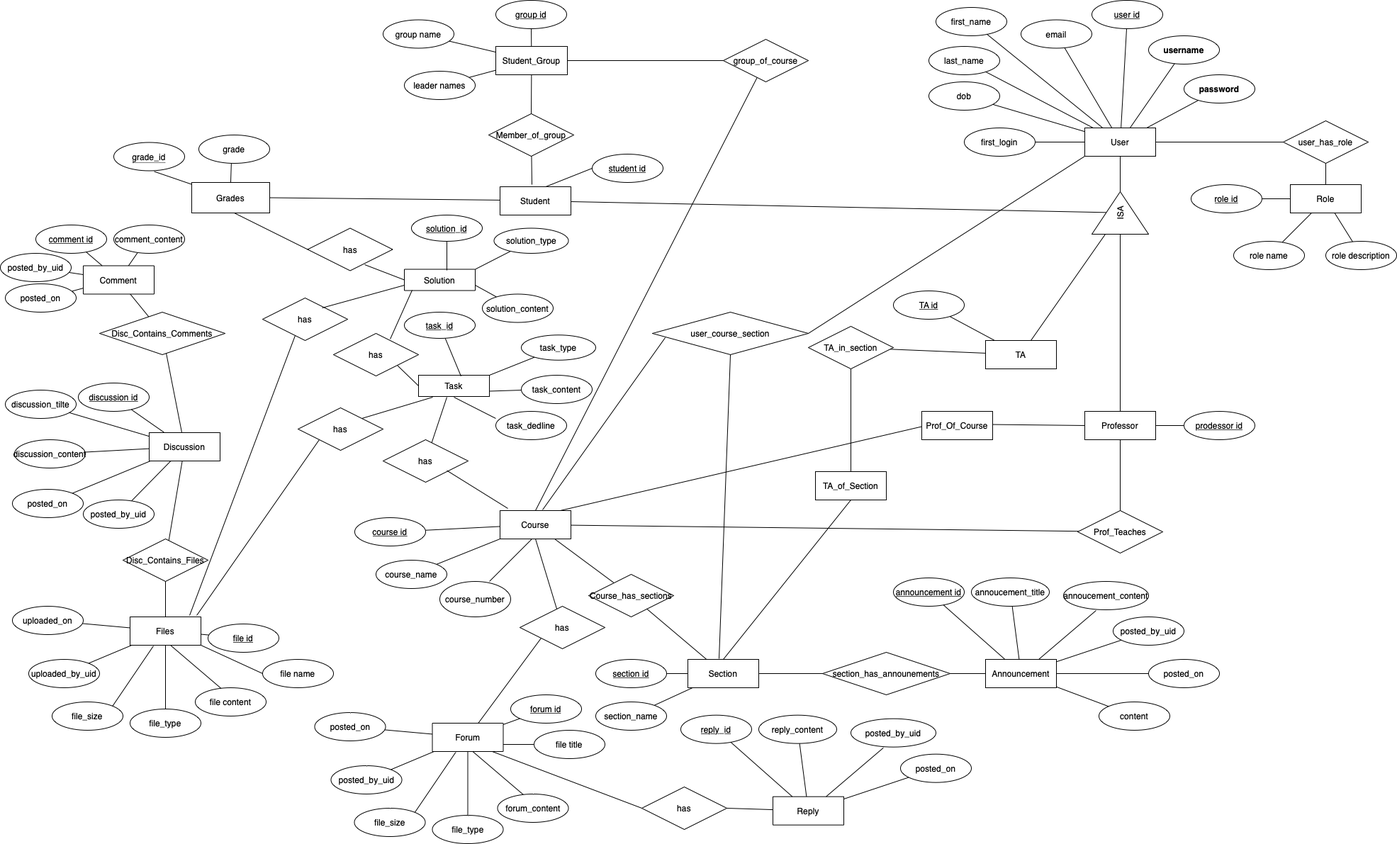
Before: ERD RS/old files/ProjectERD_final.drawio.png, a diagram exported from draw.io (mikepoullas/COMP5531_GROUP_4_Winter_2022). Source tidied: cells renumbered, new cells last; positions are measured from the earlier drawing's top-left corner, leaving out a move shared by most shapes.
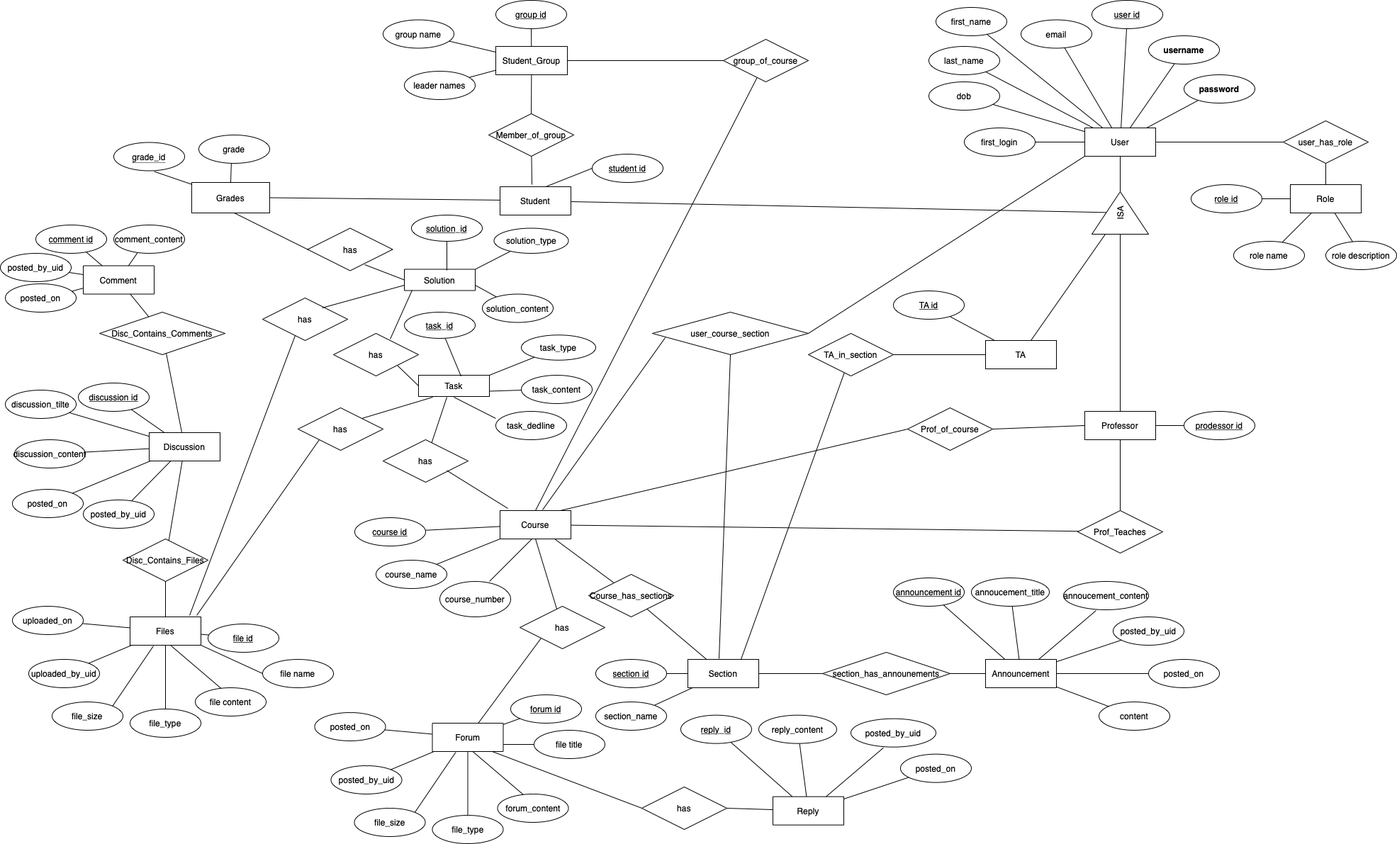
After the commit.

Change to the diagram source:
```diff
@@ -44,7 +44,7 @@
     <mxCell id="15" style="endArrow=none;html=1;rounded=0;" parent="1" edge="1" source="13" target="91">
       <mxGeometry relative="1" as="geometry" />
     </mxCell>
-    <mxCell id="16" style="endArrow=none;html=1;rounded=0;exitX=0.5;exitY=0;exitDx=0;exitDy=0;" parent="1" edge="1" source="125" target="93">
+    <mxCell id="16" style="endArrow=none;html=1;rounded=0;exitX=0.75;exitY=0;exitDx=0;exitDy=0;" parent="1" edge="1" source="120" target="93">
       <mxGeometry relative="1" as="geometry" />
     </mxCell>
     <mxCell id="17" style="endArrow=none;html=1;rounded=0;" parent="1" edge="1" source="13" target="37">
@@ -278,7 +278,7 @@
       <mxGeometry relative="1" as="geometry" />
     </mxCell>
     <mxCell id="93" value="TA_in_section" style="shape=rhombus;perimeter=rhombusPerimeter;whiteSpace=wrap;html=1;align=center;" parent="1" vertex="1">
-      <mxGeometry x="1140" y="460" width="120" height="60" as="geometry" />
+      <mxGeometry x="1140" y="470" width="120" height="60" as="geometry" />
     </mxCell>
     <mxCell id="94" style="endArrow=none;html=1;rounded=0;" parent="1" edge="1" source="115" target="91">
       <mxGeometry relative="1" as="geometry" />
@@ -377,24 +377,12 @@
     <mxCell id="124" style="endArrow=none;html=1;rounded=0;exitX=0.383;exitY=1.025;exitDx=0;exitDy=0;exitPerimeter=0;entryX=0.75;entryY=0;entryDx=0;entryDy=0;" parent="1" edge="1" source="123" target="3">
       <mxGeometry relative="1" as="geometry" />
     </mxCell>
-    <mxCell id="125" value="TA_of_Section" style="whiteSpace=wrap;html=1;align=center;" parent="1" vertex="1">
-      <mxGeometry x="1150" y="665" width="100" height="40" as="geometry" />
-    </mxCell>
-    <mxCell id="126" value="Prof_Of_Course" style="whiteSpace=wrap;html=1;align=center;" parent="1" vertex="1">
-      <mxGeometry x="1300" y="580" width="100" height="40" as="geometry" />
-    </mxCell>
-    <mxCell id="127" style="endArrow=none;html=1;rounded=0;exitX=0.5;exitY=0;exitDx=0;exitDy=0;entryX=0.5;entryY=1;entryDx=0;entryDy=0;" parent="1" edge="1" source="120" target="125">
-      <mxGeometry relative="1" as="geometry" />
-    </mxCell>
-    <mxCell id="128" style="endArrow=none;html=1;rounded=0;entryX=0;entryY=0.5;entryDx=0;entryDy=0;" parent="1" edge="1" target="13">
-      <mxGeometry relative="1" as="geometry">
-        <mxPoint x="1400" y="598.5" as="sourcePoint" />
-      </mxGeometry>
+    <mxCell id="128" style="endArrow=none;html=1;rounded=0;entryX=0;entryY=0.5;entryDx=0;entryDy=0;exitX=1;exitY=0.5;exitDx=0;exitDy=0;" parent="1" edge="1" source="210" target="13">
+      <mxGeometry relative="1" as="geometry" />
     </mxCell>
-    <mxCell id="129" style="endArrow=none;html=1;rounded=0;" parent="1" edge="1">
+    <mxCell id="129" style="endArrow=none;html=1;rounded=0;entryX=0;entryY=0.5;entryDx=0;entryDy=0;" parent="1" edge="1" target="210">
       <mxGeometry relative="1" as="geometry">
         <mxPoint x="790" y="720" as="sourcePoint" />
-        <mxPoint x="1300" y="601.5" as="targetPoint" />
       </mxGeometry>
     </mxCell>
     <mxCell id="130" style="endArrow=none;html=1;rounded=0;entryX=0.5;entryY=1;entryDx=0;entryDy=0;exitX=0.44;exitY=-0.025;exitDx=0;exitDy=0;exitPerimeter=0;" parent="1" edge="1" source="120" target="131">
@@ -665,5 +653,8 @@
     <mxCell id="209" value="group_of_course" style="shape=rhombus;perimeter=rhombusPerimeter;whiteSpace=wrap;html=1;align=center;" parent="1" vertex="1">
       <mxGeometry x="1020" y="55" width="120" height="60" as="geometry" />
     </mxCell>
+    <mxCell id="210" value="Prof_of_course" style="shape=rhombus;perimeter=rhombusPerimeter;whiteSpace=wrap;html=1;align=center;" parent="1" vertex="1">
+      <mxGeometry x="1280" y="575" width="120" height="60" as="geometry" />
+    </mxCell>
   </root>
 </mxGraphModel>
```
